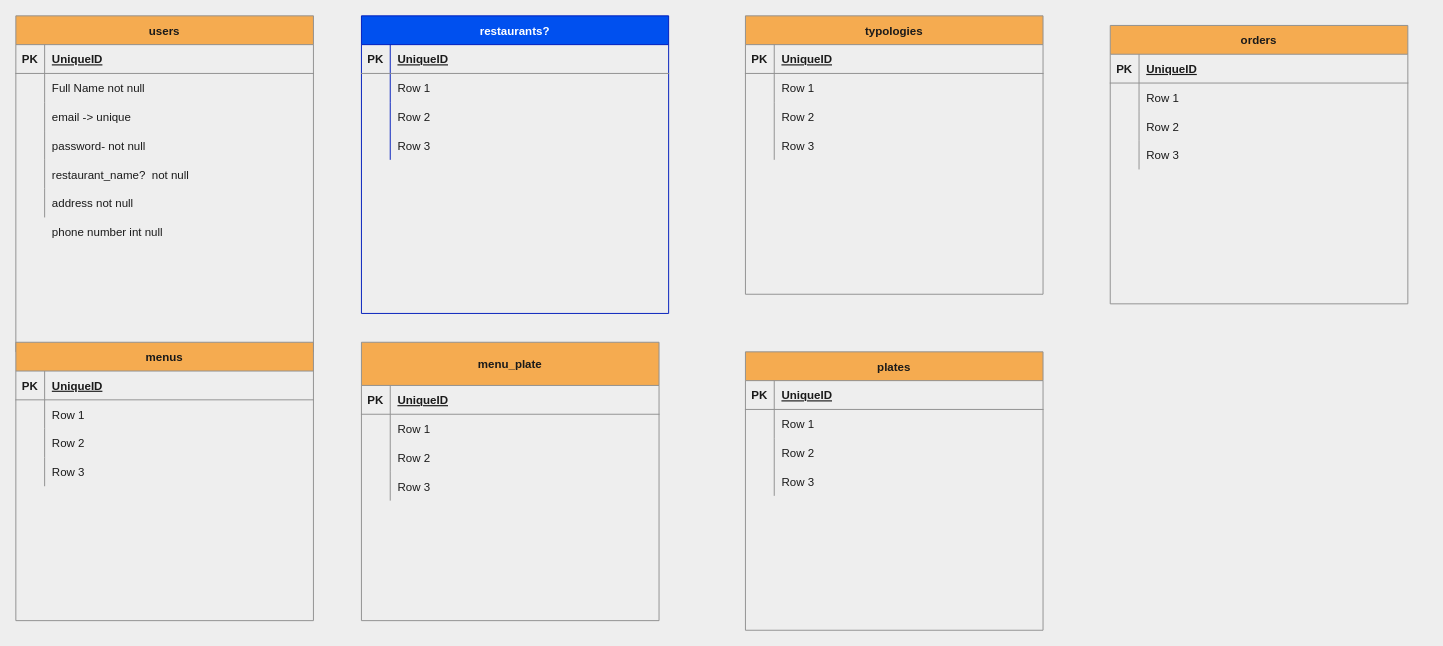
Before: db_tables.drawio in Alfredloz/fast-n-food, a draw.io diagram. Source tidied: cells renumbered, new cells numbered last; positions are measured from the earlier drawing's top-left corner, leaving out a move shared by most shapes. Both pictures are drawn from the tidied source at 96%, with x=0, y=0 at pixel (15, 15).
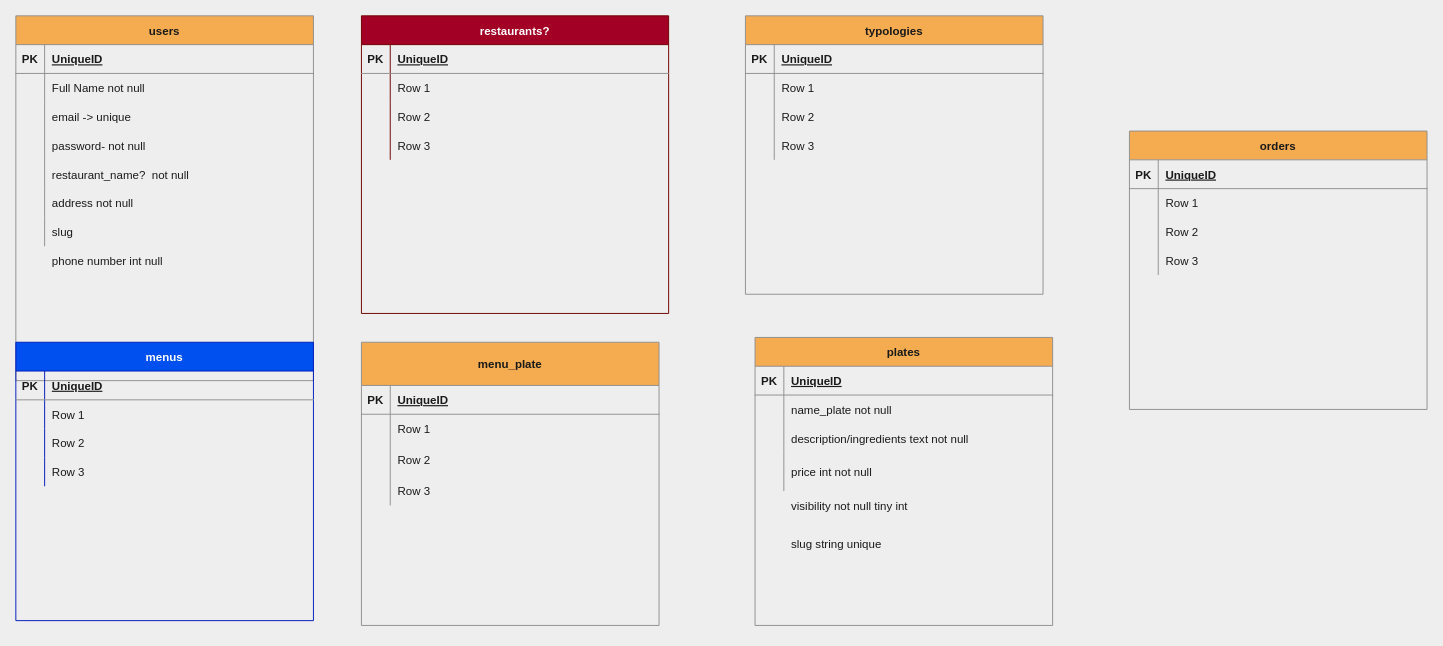
The same page after the edit.

Commit message:
aggiunta colonne nelle tabelle

Unchanged cells that the change refers to:
```xml
<mxCell id="64" style="shape=partialRectangle;fillColor=none;top=0;left=0;bottom=0;right=0;strokeColor=#909090;fontColor=#1A1A1A;" parent="60" vertex="1">
  <mxGeometry y="60" width="310" height="30" as="geometry" />
</mxCell>
<mxCell id="67" style="shape=partialRectangle;fillColor=none;top=0;left=0;bottom=0;right=0;strokeColor=#909090;fontColor=#1A1A1A;" parent="60" vertex="1">
  <mxGeometry y="90" width="310" height="30" as="geometry" />
</mxCell>
```

The edit, as a diff of the source:
```diff
@@
     <mxCell id="2" value="users" style="shape=table;startSize=30;childLayout=tableLayout;rowLines=0;fontStyle=1;align=center;fillColor=#F5AB50;strokeColor=#909090;fontColor=#1A1A1A;" parent="1" vertex="1">
-      <mxGeometry width="310" height="350" as="geometry" />
+      <mxGeometry width="310" height="380" as="geometry" />
     </mxCell>
@@
+    <mxCell id="100" style="shape=partialRectangle;fillColor=none;top=0;left=0;bottom=0;right=0;strokeColor=#909090;fontColor=#1A1A1A;" parent="2" vertex="1">
+      <mxGeometry y="180" width="310" height="30" as="geometry" />
+    </mxCell>
+    <mxCell id="101" style="shape=partialRectangle;fillColor=none;top=0;left=0;bottom=0;right=0;overflow=hidden;strokeColor=#909090;fontColor=#1A1A1A;" parent="100" vertex="1">
+      <mxGeometry width="30" height="30" as="geometry" />
+    </mxCell>
+    <mxCell id="102" value="address not null" style="shape=partialRectangle;fillColor=none;top=0;left=0;bottom=0;right=0;align=left;spacingLeft=6;overflow=hidden;strokeColor=#909090;fontColor=#1A1A1A;" parent="100" vertex="1">
+      <mxGeometry x="30" width="280" height="30" as="geometry" />
+    </mxCell>
     <mxCell id="18" style="shape=partialRectangle;fillColor=none;top=0;left=0;bottom=0;right=0;strokeColor=#909090;fontColor=#1A1A1A;" parent="2" vertex="1">
-      <mxGeometry y="180" width="310" height="30" as="geometry" />
+      <mxGeometry y="210" width="310" height="30" as="geometry" />
     </mxCell>
@@
-    <mxCell id="20" value="address not null" style="shape=partialRectangle;fillColor=none;top=0;left=0;bottom=0;right=0;align=left;spacingLeft=6;overflow=hidden;strokeColor=#909090;fontColor=#1A1A1A;" parent="18" vertex="1">
+    <mxCell id="20" value="slug" style="shape=partialRectangle;fillColor=none;top=0;left=0;bottom=0;right=0;align=left;spacingLeft=6;overflow=hidden;strokeColor=#909090;fontColor=#1A1A1A;" parent="18" vertex="1">
       <mxGeometry x="30" width="280" height="30" as="geometry" />
     </mxCell>
-    <mxCell id="21" value="restaurants?" style="shape=table;startSize=30;childLayout=tableLayout;rowLines=0;fontStyle=1;align=center;fillColor=#0050ef;strokeColor=#001DBC;fontColor=#ffffff;" parent="1" vertex="1">
+    <mxCell id="21" value="restaurants?" style="shape=table;startSize=30;childLayout=tableLayout;rowLines=0;fontStyle=1;align=center;fillColor=#a20025;strokeColor=#6F0000;fontColor=#ffffff;" parent="1" vertex="1">
       <mxGeometry x="360" width="320" height="310" as="geometry" />
     </mxCell>
@@
-    <mxCell id="47" value="menus" style="shape=table;startSize=30;childLayout=tableLayout;rowLines=0;fontStyle=1;align=center;fillColor=#F5AB50;strokeColor=#909090;fontColor=#1A1A1A;" parent="1" vertex="1">
+    <mxCell id="47" value="menus" style="shape=table;startSize=30;childLayout=tableLayout;rowLines=0;fontStyle=1;align=center;fillColor=#0050ef;strokeColor=#001DBC;fontColor=#ffffff;" parent="1" vertex="1">
       <mxGeometry y="340" width="310" height="290" as="geometry" />
     </mxCell>
@@
     <mxCell id="60" value="plates" style="shape=table;startSize=30;childLayout=tableLayout;rowLines=0;fontStyle=1;align=center;fillColor=#F5AB50;strokeColor=#909090;fontColor=#1A1A1A;" parent="1" vertex="1">
-      <mxGeometry x="760" y="350" width="310" height="290" as="geometry" />
+      <mxGeometry x="770" y="335" width="310" height="300" as="geometry" />
     </mxCell>
@@
-    <mxCell id="66" value="Row 1" style="shape=partialRectangle;fillColor=none;top=0;left=0;bottom=0;right=0;align=left;spacingLeft=6;overflow=hidden;strokeColor=#909090;fontColor=#1A1A1A;" parent="64" vertex="1">
+    <mxCell id="66" value="name_plate not null" style="shape=partialRectangle;fillColor=none;top=0;left=0;bottom=0;right=0;align=left;spacingLeft=6;overflow=hidden;strokeColor=#909090;fontColor=#1A1A1A;" parent="64" vertex="1">
       <mxGeometry x="30" width="280" height="30" as="geometry" />
     </mxCell>
@@
-    <mxCell id="69" value="Row 2" style="shape=partialRectangle;fillColor=none;top=0;left=0;bottom=0;right=0;align=left;spacingLeft=6;overflow=hidden;strokeColor=#909090;fontColor=#1A1A1A;" parent="67" vertex="1">
+    <mxCell id="69" value="description/ingredients text not null" style="shape=partialRectangle;fillColor=none;top=0;left=0;bottom=0;right=0;align=left;spacingLeft=6;overflow=hidden;strokeColor=#909090;fontColor=#1A1A1A;" parent="67" vertex="1">
       <mxGeometry x="30" width="280" height="30" as="geometry" />
     </mxCell>
     <mxCell id="70" style="shape=partialRectangle;fillColor=none;top=0;left=0;bottom=0;right=0;strokeColor=#909090;fontColor=#1A1A1A;" parent="60" vertex="1">
-      <mxGeometry y="120" width="310" height="30" as="geometry" />
+      <mxGeometry y="120" width="310" height="40" as="geometry" />
     </mxCell>
     <mxCell id="71" style="shape=partialRectangle;fillColor=none;top=0;left=0;bottom=0;right=0;overflow=hidden;strokeColor=#909090;fontColor=#1A1A1A;" parent="70" vertex="1">
-      <mxGeometry width="30" height="30" as="geometry" />
+      <mxGeometry width="30" height="40" as="geometry" />
     </mxCell>
-    <mxCell id="72" value="Row 3" style="shape=partialRectangle;fillColor=none;top=0;left=0;bottom=0;right=0;align=left;spacingLeft=6;overflow=hidden;strokeColor=#909090;fontColor=#1A1A1A;" parent="70" vertex="1">
-      <mxGeometry x="30" width="280" height="30" as="geometry" />
+    <mxCell id="72" value="price int not null" style="shape=partialRectangle;fillColor=none;top=0;left=0;bottom=0;right=0;align=left;spacingLeft=6;overflow=hidden;strokeColor=#909090;fontColor=#1A1A1A;" parent="70" vertex="1">
+      <mxGeometry x="30" width="280" height="40" as="geometry" />
     </mxCell>
     <mxCell id="73" value="orders" style="shape=table;startSize=30;childLayout=tableLayout;rowLines=0;fontStyle=1;align=center;fillColor=#F5AB50;strokeColor=#909090;fontColor=#1A1A1A;" parent="1" vertex="1">
-      <mxGeometry x="1140" y="10" width="310" height="290" as="geometry" />
+      <mxGeometry x="1160" y="120" width="310" height="290" as="geometry" />
     </mxCell>
@@
     <mxCell id="86" value="menu_plate" style="shape=table;startSize=45;childLayout=tableLayout;rowLines=0;fontStyle=1;align=center;fillColor=#F5AB50;strokeColor=#909090;fontColor=#1A1A1A;" parent="1" vertex="1">
-      <mxGeometry x="360" y="340" width="310" height="290" as="geometry" />
+      <mxGeometry x="360" y="340" width="310" height="295" as="geometry" />
     </mxCell>
@@
     <mxCell id="93" style="shape=partialRectangle;fillColor=none;top=0;left=0;bottom=0;right=0;strokeColor=#909090;fontColor=#1A1A1A;" parent="86" vertex="1">
-      <mxGeometry y="105" width="310" height="30" as="geometry" />
+      <mxGeometry y="105" width="310" height="35" as="geometry" />
     </mxCell>
     <mxCell id="94" style="shape=partialRectangle;fillColor=none;top=0;left=0;bottom=0;right=0;overflow=hidden;strokeColor=#909090;fontColor=#1A1A1A;" parent="93" vertex="1">
-      <mxGeometry width="30" height="30" as="geometry" />
+      <mxGeometry width="30" height="35" as="geometry" />
     </mxCell>
     <mxCell id="95" value="Row 2" style="shape=partialRectangle;fillColor=none;top=0;left=0;bottom=0;right=0;align=left;spacingLeft=6;overflow=hidden;strokeColor=#909090;fontColor=#1A1A1A;" parent="93" vertex="1">
-      <mxGeometry x="30" width="280" height="30" as="geometry" />
+      <mxGeometry x="30" width="280" height="35" as="geometry" />
     </mxCell>
     <mxCell id="96" style="shape=partialRectangle;fillColor=none;top=0;left=0;bottom=0;right=0;strokeColor=#909090;fontColor=#1A1A1A;" parent="86" vertex="1">
-      <mxGeometry y="135" width="310" height="30" as="geometry" />
+      <mxGeometry y="140" width="310" height="30" as="geometry" />
     </mxCell>
@@
     <mxCell id="99" value="phone number int null" style="shape=partialRectangle;fillColor=none;top=0;left=0;bottom=0;right=0;align=left;spacingLeft=6;overflow=hidden;strokeColor=#909090;fontColor=#1A1A1A;" parent="1" vertex="1">
-      <mxGeometry x="30" y="210" width="280" height="30" as="geometry" />
+      <mxGeometry x="30" y="240" width="280" height="30" as="geometry" />
     </mxCell>
+    <mxCell id="103" style="shape=partialRectangle;fillColor=none;top=0;left=0;bottom=0;right=0;strokeColor=#909090;fontColor=#1A1A1A;" parent="1" vertex="1">
+      <mxGeometry x="770" y="490" width="310" height="40" as="geometry" />
+    </mxCell>
+    <mxCell id="104" style="shape=partialRectangle;fillColor=none;top=0;left=0;bottom=0;right=0;overflow=hidden;strokeColor=#909090;fontColor=#1A1A1A;" parent="103" vertex="1">
+      <mxGeometry width="30" height="40" as="geometry" />
+    </mxCell>
+    <mxCell id="105" value="visibility not null tiny int" style="shape=partialRectangle;fillColor=none;top=0;left=0;bottom=0;right=0;align=left;spacingLeft=6;overflow=hidden;strokeColor=#909090;fontColor=#1A1A1A;" parent="103" vertex="1">
+      <mxGeometry x="30" width="280" height="40" as="geometry" />
+    </mxCell>
+    <mxCell id="106" value="slug string unique" style="shape=partialRectangle;fillColor=none;top=0;left=0;bottom=0;right=0;align=left;spacingLeft=6;overflow=hidden;strokeColor=#909090;fontColor=#1A1A1A;" parent="1" vertex="1">
+      <mxGeometry x="800" y="530" width="280" height="40" as="geometry" />
+    </mxCell>
```
